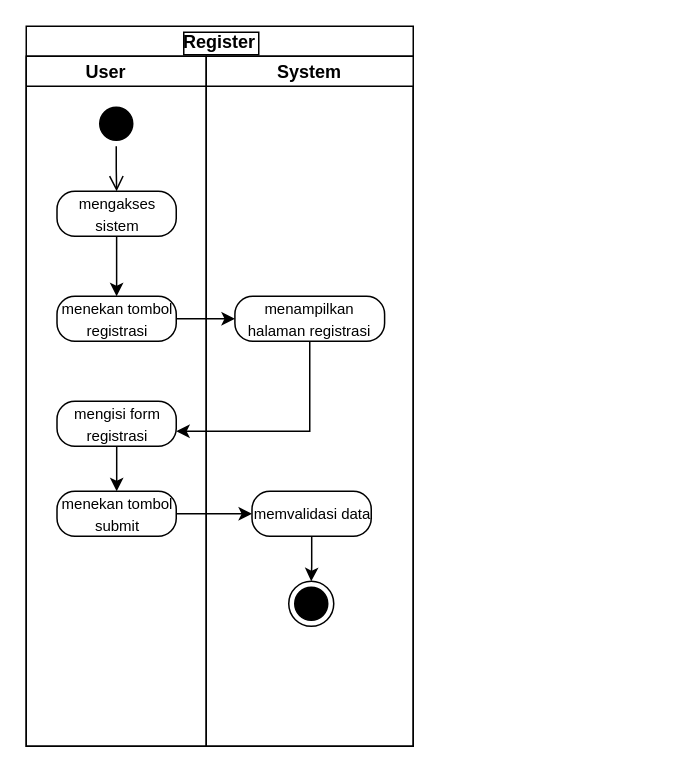
irvansindy/slot keeps this draw.io diagram as page "Register Diagram Activity" (1 of 5) of slot.drawio. Above is the earlier version. Source tidied: cells renumbered, new cells numbered last; positions are measured from the earlier drawing's top-left corner, leaving out a move shared by most shapes. Both pictures are drawn from the tidied source at 150%, with x=0, y=0 at pixel (26, 26).
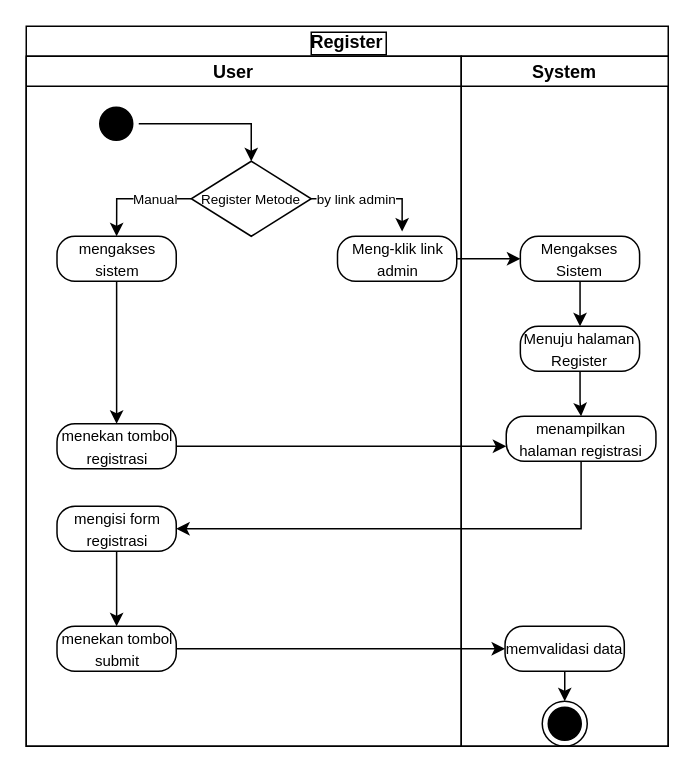
Above is the later version.

The change refers to these unchanged cells:
```xml
<mxCell id="4" style="ellipse;html=1;shape=startState;fillColor=#000000;strokeColor=default;" parent="3" vertex="1">
  <mxGeometry x="45" y="30" width="30" height="30" as="geometry" />
</mxCell>
```

The edit, as a diff of the source:
```diff
@@
     <mxCell id="2" value="Register" style="swimlane;startSize=20;labelBorderColor=default;" parent="1" vertex="1">
-      <mxGeometry width="258" height="480" as="geometry" />
+      <mxGeometry width="428" height="480" as="geometry" />
     </mxCell>
     <mxCell id="3" value="User    " style="swimlane;startSize=20;" parent="2" vertex="1">
-      <mxGeometry y="20" width="120" height="460" as="geometry" />
+      <mxGeometry y="20" width="290" height="460" as="geometry" />
     </mxCell>
+    <mxCell id="20" style="edgeStyle=orthogonalEdgeStyle;rounded=0;jettySize=auto;html=1;entryX=0.5;entryY=0;entryDx=0;entryDy=0;" parent="3" edge="1" source="4" target="25">
+      <mxGeometry relative="1" as="geometry" />
+    </mxCell>
@@
-    <mxCell id="5" style="edgeStyle=orthogonalEdgeStyle;html=1;verticalAlign=bottom;endArrow=open;endSize=8;strokeColor=default;rounded=0;entryX=0.5;entryY=0;entryDx=0;entryDy=0;" parent="3" edge="1" source="4" target="7">
-      <mxGeometry relative="1" as="geometry" />
-    </mxCell>
@@
     <mxCell id="7" value="&lt;font style=&quot;font-size: 10px;&quot;&gt;mengakses sistem&lt;/font&gt;" style="rounded=1;whiteSpace=wrap;html=1;arcSize=40;fontColor=#000000;fillColor=none;strokeColor=#000000;strokeWidth=1;fontFamily=Helvetica;fontSize=12;" parent="3" vertex="1">
-      <mxGeometry x="20.5" y="90" width="79.5" height="30" as="geometry" />
+      <mxGeometry x="20.5" y="120" width="79.5" height="30" as="geometry" />
     </mxCell>
     <mxCell id="8" value="&lt;font style=&quot;font-size: 10px;&quot;&gt;menekan tombol registrasi&lt;/font&gt;" style="rounded=1;whiteSpace=wrap;html=1;arcSize=40;fontColor=#000000;fillColor=none;strokeColor=#000000;strokeWidth=1;fontFamily=Helvetica;fontSize=12;" parent="3" vertex="1">
-      <mxGeometry x="20.5" y="160" width="79.5" height="30" as="geometry" />
+      <mxGeometry x="20.5" y="245" width="79.5" height="30" as="geometry" />
     </mxCell>
@@
     <mxCell id="10" value="&lt;font style=&quot;font-size: 10px;&quot;&gt;mengisi form registrasi&lt;/font&gt;" style="rounded=1;whiteSpace=wrap;html=1;arcSize=40;fontColor=#000000;fillColor=none;strokeColor=#000000;strokeWidth=1;fontFamily=Helvetica;fontSize=12;" parent="3" vertex="1">
-      <mxGeometry x="20.5" y="230" width="79.5" height="30" as="geometry" />
+      <mxGeometry x="20.5" y="300" width="79.5" height="30" as="geometry" />
     </mxCell>
-    <mxCell id="11" style="edgeStyle=orthogonalEdgeStyle;rounded=0;jettySize=auto;html=1;strokeColor=default;fontFamily=Helvetica;fontSize=10;fontColor=default;" parent="3" edge="1" source="12" target="13">
-      <mxGeometry relative="1" as="geometry" />
-    </mxCell>
     <mxCell id="12" value="&lt;font style=&quot;font-size: 10px;&quot;&gt;menekan tombol submit&lt;/font&gt;" style="rounded=1;whiteSpace=wrap;html=1;arcSize=40;fontColor=#000000;fillColor=none;strokeColor=#000000;strokeWidth=1;fontFamily=Helvetica;fontSize=12;" parent="3" vertex="1">
-      <mxGeometry x="20.5" y="290" width="79.5" height="30" as="geometry" />
+      <mxGeometry x="20.5" y="380" width="79.5" height="30" as="geometry" />
     </mxCell>
-    <mxCell id="13" value="&lt;font style=&quot;font-size: 10px;&quot;&gt;memvalidasi data&lt;/font&gt;" style="rounded=1;whiteSpace=wrap;html=1;arcSize=40;fontColor=#000000;fillColor=none;strokeColor=#000000;strokeWidth=1;fontFamily=Helvetica;fontSize=12;" parent="3" vertex="1">
-      <mxGeometry x="150.5" y="290" width="79.5" height="30" as="geometry" />
-    </mxCell>
+    <mxCell id="21" style="edgeStyle=orthogonalEdgeStyle;rounded=0;jettySize=auto;html=1;entryX=0.5;entryY=0;entryDx=0;entryDy=0;" parent="3" edge="1" source="25" target="7">
+      <mxGeometry relative="1" as="geometry" />
+    </mxCell>
+    <mxCell id="22" value="Manual" style="edgeLabel;html=1;align=center;verticalAlign=middle;fontSize=9;" parent="21" vertex="1">
+      <mxGeometry x="-0.05" y="-1" relative="1" as="geometry">
+        <mxPoint x="10" y="1" as="offset" />
+      </mxGeometry>
+    </mxCell>
+    <mxCell id="23" style="edgeStyle=orthogonalEdgeStyle;rounded=0;jettySize=auto;html=1;entryX=0.542;entryY=-0.105;entryDx=0;entryDy=0;entryPerimeter=0;fontSize=9;" parent="3" edge="1" source="25" target="26">
+      <mxGeometry relative="1" as="geometry">
+        <Array as="points">
+          <mxPoint x="250" y="95" />
+        </Array>
+      </mxGeometry>
+    </mxCell>
+    <mxCell id="24" value="by link admin" style="edgeLabel;html=1;align=center;verticalAlign=middle;fontSize=9;" parent="23" vertex="1">
+      <mxGeometry x="-0.65" y="-2" relative="1" as="geometry">
+        <mxPoint x="15" y="-2" as="offset" />
+      </mxGeometry>
+    </mxCell>
+    <mxCell id="25" value="&lt;font style=&quot;font-size: 9px;&quot;&gt;Register Metode&lt;/font&gt;" style="rhombus;whiteSpace=wrap;html=1;" parent="3" vertex="1">
+      <mxGeometry x="110" y="70" width="80" height="50" as="geometry" />
+    </mxCell>
+    <mxCell id="26" value="&lt;font style=&quot;font-size: 10px;&quot;&gt;Meng-klik link admin&lt;/font&gt;" style="rounded=1;whiteSpace=wrap;html=1;arcSize=40;fontColor=#000000;fillColor=none;strokeColor=#000000;strokeWidth=1;fontFamily=Helvetica;fontSize=12;" parent="3" vertex="1">
+      <mxGeometry x="207.5" y="120" width="79.5" height="30" as="geometry" />
+    </mxCell>
     <mxCell id="14" value="System" style="swimlane;startSize=20;" parent="2" vertex="1">
-      <mxGeometry x="120" y="20" width="138" height="460" as="geometry" />
+      <mxGeometry x="290" y="20" width="138" height="460" as="geometry" />
     </mxCell>
     <mxCell id="15" value="&lt;font style=&quot;font-size: 10px;&quot;&gt;menampilkan halaman registrasi&lt;/font&gt;" style="rounded=1;whiteSpace=wrap;html=1;arcSize=40;fontColor=#000000;fillColor=none;strokeColor=#000000;strokeWidth=1;fontFamily=Helvetica;fontSize=12;" parent="14" vertex="1">
-      <mxGeometry x="19.1" y="160" width="99.8" height="30" as="geometry" />
+      <mxGeometry x="30" y="240" width="99.8" height="30" as="geometry" />
     </mxCell>
     <mxCell id="16" style="ellipse;html=1;shape=endState;fillColor=#000000;strokeColor=#000000;strokeWidth=1;fontFamily=Helvetica;fontSize=10;fontColor=default;" parent="14" vertex="1">
-      <mxGeometry x="55" y="350" width="30" height="30" as="geometry" />
+      <mxGeometry x="54" y="430" width="30" height="30" as="geometry" />
     </mxCell>
+    <mxCell id="13" value="&lt;font style=&quot;font-size: 10px;&quot;&gt;memvalidasi data&lt;/font&gt;" style="rounded=1;whiteSpace=wrap;html=1;arcSize=40;fontColor=#000000;fillColor=none;strokeColor=#000000;strokeWidth=1;fontFamily=Helvetica;fontSize=12;" parent="14" vertex="1">
+      <mxGeometry x="29.2" y="380" width="79.5" height="30" as="geometry" />
+    </mxCell>
+    <mxCell id="19" style="edgeStyle=orthogonalEdgeStyle;rounded=0;jettySize=auto;html=1;strokeColor=default;fontFamily=Helvetica;fontSize=10;fontColor=default;" parent="14" edge="1" source="13" target="16">
+      <mxGeometry relative="1" as="geometry" />
+    </mxCell>
+    <mxCell id="27" style="edgeStyle=orthogonalEdgeStyle;rounded=0;jettySize=auto;html=1;fontSize=9;" parent="14" edge="1" source="28" target="30">
+      <mxGeometry relative="1" as="geometry" />
+    </mxCell>
+    <mxCell id="28" value="&lt;font style=&quot;font-size: 10px;&quot;&gt;Mengakses Sistem&lt;/font&gt;" style="rounded=1;whiteSpace=wrap;html=1;arcSize=40;fontColor=#000000;fillColor=none;strokeColor=#000000;strokeWidth=1;fontFamily=Helvetica;fontSize=12;" parent="14" vertex="1">
+      <mxGeometry x="39.4" y="120" width="79.5" height="30" as="geometry" />
+    </mxCell>
+    <mxCell id="29" style="edgeStyle=orthogonalEdgeStyle;rounded=0;jettySize=auto;html=1;fontSize=9;" parent="14" edge="1" source="30" target="15">
+      <mxGeometry relative="1" as="geometry" />
+    </mxCell>
+    <mxCell id="30" value="&lt;font style=&quot;font-size: 10px;&quot;&gt;Menuju halaman Register&lt;/font&gt;" style="rounded=1;whiteSpace=wrap;html=1;arcSize=40;fontColor=#000000;fillColor=none;strokeColor=#000000;strokeWidth=1;fontFamily=Helvetica;fontSize=12;" parent="14" vertex="1">
+      <mxGeometry x="39.4" y="180" width="79.5" height="30" as="geometry" />
+    </mxCell>
     <mxCell id="17" style="edgeStyle=orthogonalEdgeStyle;rounded=0;jettySize=auto;html=1;strokeColor=default;fontFamily=Helvetica;fontSize=10;fontColor=default;" parent="2" edge="1" source="8" target="15">
-      <mxGeometry relative="1" as="geometry" />
+      <mxGeometry relative="1" as="geometry">
+        <Array as="points">
+          <mxPoint x="240" y="280" />
+          <mxPoint x="240" y="280" />
+        </Array>
+      </mxGeometry>
     </mxCell>
     <mxCell id="18" style="edgeStyle=orthogonalEdgeStyle;rounded=0;jettySize=auto;html=1;strokeColor=default;fontFamily=Helvetica;fontSize=10;fontColor=default;" parent="2" edge="1" source="15" target="10">
       <mxGeometry relative="1" as="geometry">
         <Array as="points">
-          <mxPoint x="189" y="270" />
+          <mxPoint x="170" y="335" />
+          <mxPoint x="170" y="335" />
         </Array>
       </mxGeometry>
     </mxCell>
-    <mxCell id="19" style="edgeStyle=orthogonalEdgeStyle;rounded=0;jettySize=auto;html=1;strokeColor=default;fontFamily=Helvetica;fontSize=10;fontColor=default;" parent="2" edge="1" source="13" target="16">
-      <mxGeometry relative="1" as="geometry" />
-    </mxCell>
+    <mxCell id="11" style="edgeStyle=orthogonalEdgeStyle;rounded=0;jettySize=auto;html=1;strokeColor=default;fontFamily=Helvetica;fontSize=10;fontColor=default;" parent="2" edge="1" source="12" target="13">
+      <mxGeometry relative="1" as="geometry" />
+    </mxCell>
+    <mxCell id="31" style="edgeStyle=orthogonalEdgeStyle;rounded=0;jettySize=auto;html=1;fontSize=9;" parent="2" edge="1" source="26" target="28">
+      <mxGeometry relative="1" as="geometry" />
+    </mxCell>
```
